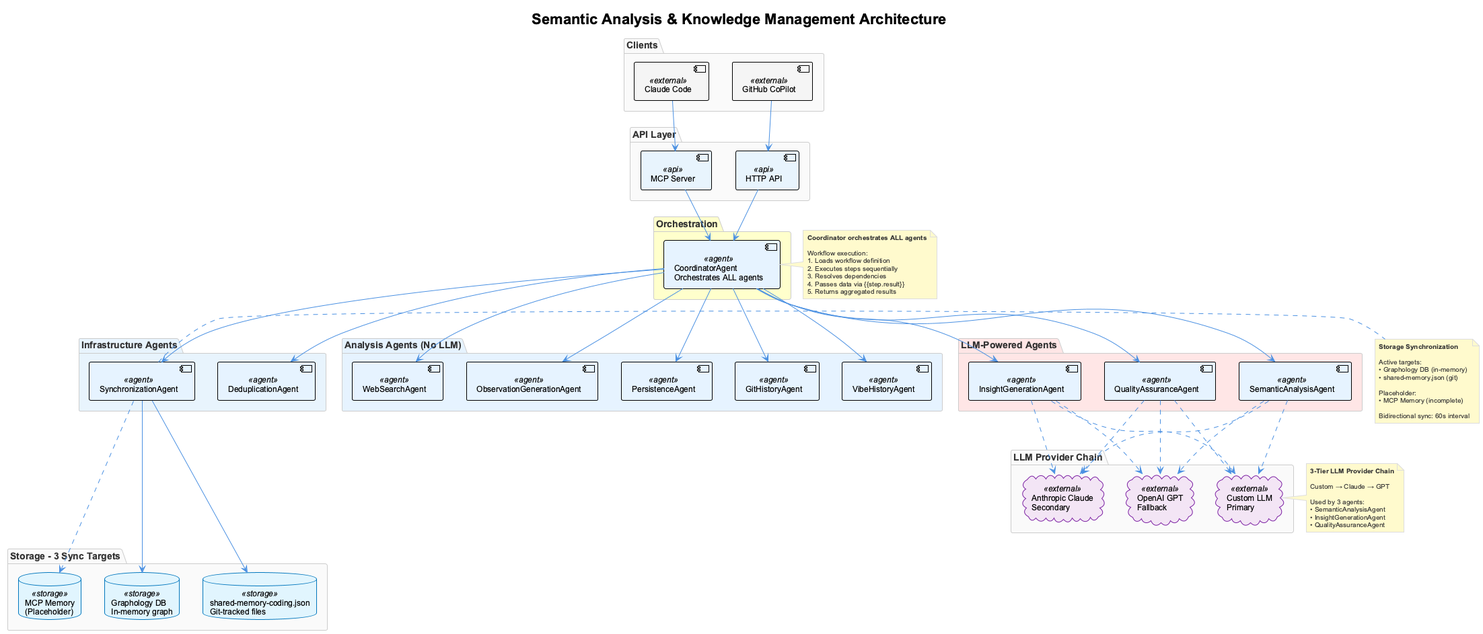
The PlantUML diagram docs/images/unified-semantic-architecture.png in fwornle/coding, before a commit. Source of this version:
```plantuml
@startuml unified-semantic-architecture
!include _standard-style.puml

title Semantic Analysis & Knowledge Management Architecture

top to bottom direction

package "Clients" {
  [Claude Code] <<external>> as claude
  [GitHub CoPilot] <<external>> as copilot
}

package "API Layer" {
  [MCP Server] <<api>> as mcp
  [HTTP API] <<api>> as http
}

package "Orchestration" #FFFFCC {
  [CoordinatorAgent\nOrchestrates ALL agents] <<agent>> as coord
}

package "Analysis Agents (No LLM)" #E6F3FF {
  [GitHistoryAgent] <<agent>> as git
  [VibeHistoryAgent] <<agent>> as vibe
  [WebSearchAgent] <<agent>> as web
  [ObservationGenerationAgent] <<agent>> as obs
  [PersistenceAgent] <<agent>> as per
}

package "LLM-Powered Agents" #FFE6E6 {
  [SemanticAnalysisAgent] <<agent>> as sem
  [InsightGenerationAgent] <<agent>> as ins
  [QualityAssuranceAgent] <<agent>> as qa
}

package "Infrastructure Agents" #E8F4FD {
  [SynchronizationAgent] <<agent>> as sync
  [DeduplicationAgent] <<agent>> as dedup
}

package "Storage - 3 Sync Targets" {
  database "Graphology DB\nIn-memory graph" <<storage>> as graphdb
  database "shared-memory-coding.json\nGit-tracked files" <<storage>> as files
  database "MCP Memory\n(Placeholder)" <<storage>> as mcpmem
}

package "LLM Provider Chain" {
  cloud "Custom LLM\nPrimary" <<external>> as custom
  cloud "Anthropic Claude\nSecondary" <<external>> as anthropic
  cloud "OpenAI GPT\nFallback" <<external>> as openai
}

claude -down-> mcp
copilot -down-> http

mcp -down-> coord
http -down-> coord

coord -down-> git
coord -down-> vibe
coord -down-> sem
coord -down-> web
coord -down-> ins
coord -down-> obs
coord -down-> qa
coord -down-> per
coord -down-> sync
coord -down-> dedup

sem ..> custom
sem ..> anthropic
sem ..> openai
ins ..> custom
ins ..> anthropic
ins ..> openai
qa ..> custom
qa ..> anthropic
qa ..> openai

sync -down-> graphdb
sync -down-> files
sync -.-> mcpmem

note right of coord
  **Coordinator orchestrates ALL agents**

  Workflow execution:
  1. Loads workflow definition
  2. Executes steps sequentially
  3. Resolves dependencies
  4. Passes data via {{step.result}}
  5. Returns aggregated results
end note

note right of sync
  **Storage Synchronization**

  Active targets:
  • Graphology DB (in-memory)
  • shared-memory.json (git)

  Placeholder:
  • MCP Memory (incomplete)

  Bidirectional sync: 60s interval
end note

note right of custom
  **3-Tier LLM Provider Chain**

  Custom → Claude → GPT

  Used by 3 agents:
  • SemanticAnalysisAgent
  • InsightGenerationAgent
  • QualityAssuranceAgent
end note

@enduml
```
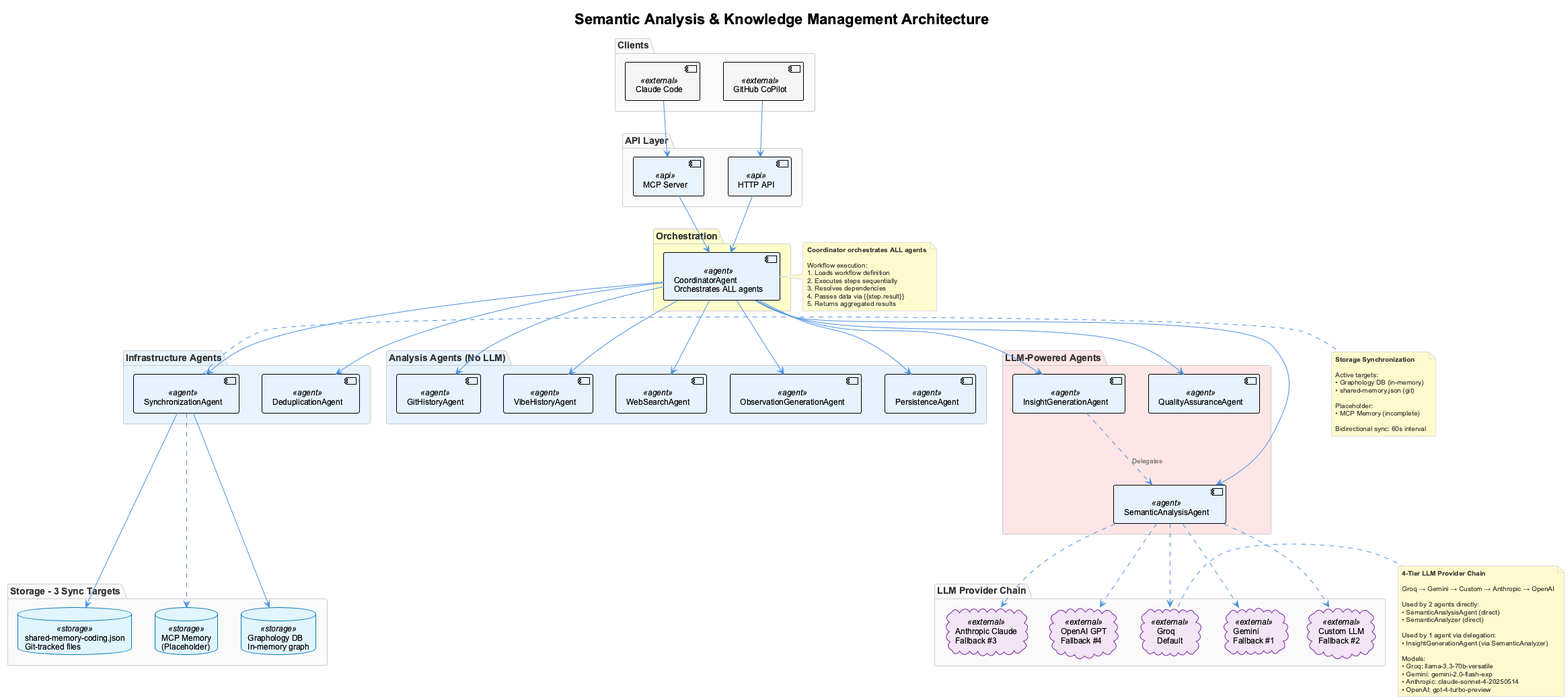
Above is the later version.

The edit, as a diff of the source:
```diff
@@ -45,9 +45,11 @@
 }
 
 package "LLM Provider Chain" {
-  cloud "Custom LLM\nPrimary" <<external>> as custom
-  cloud "Anthropic Claude\nSecondary" <<external>> as anthropic
-  cloud "OpenAI GPT\nFallback" <<external>> as openai
+  cloud "Groq\nDefault" <<external>> as groq
+  cloud "Gemini\nFallback #1" <<external>> as gemini
+  cloud "Custom LLM\nFallback #2" <<external>> as custom
+  cloud "Anthropic Claude\nFallback #3" <<external>> as anthropic
+  cloud "OpenAI GPT\nFallback #4" <<external>> as openai
 }
 
 claude -down-> mcp
@@ -67,15 +69,12 @@
 coord -down-> sync
 coord -down-> dedup
 
+sem ..> groq
+sem ..> gemini
 sem ..> custom
 sem ..> anthropic
 sem ..> openai
-ins ..> custom
-ins ..> anthropic
-ins ..> openai
-qa ..> custom
-qa ..> anthropic
-qa ..> openai
+ins ..> sem : "Delegates"
 
 sync -down-> graphdb
 sync -down-> files
@@ -105,15 +104,23 @@
   Bidirectional sync: 60s interval
 end note
 
-note right of custom
-  **3-Tier LLM Provider Chain**
+note right of groq
+  **4-Tier LLM Provider Chain**
 
-  Custom → Claude → GPT
+  Groq → Gemini → Custom → Anthropic → OpenAI
 
-  Used by 3 agents:
-  • SemanticAnalysisAgent
-  • InsightGenerationAgent
-  • QualityAssuranceAgent
+  Used by 2 agents directly:
+  • SemanticAnalysisAgent (direct)
+  • SemanticAnalyzer (direct)
+
+  Used by 1 agent via delegation:
+  • InsightGenerationAgent (via SemanticAnalyzer)
+
+  Models:
+  • Groq: llama-3.3-70b-versatile
+  • Gemini: gemini-2.0-flash-exp
+  • Anthropic: claude-sonnet-4-20250514
+  • OpenAI: gpt-4-turbo-preview
 end note
 
 @enduml
```
